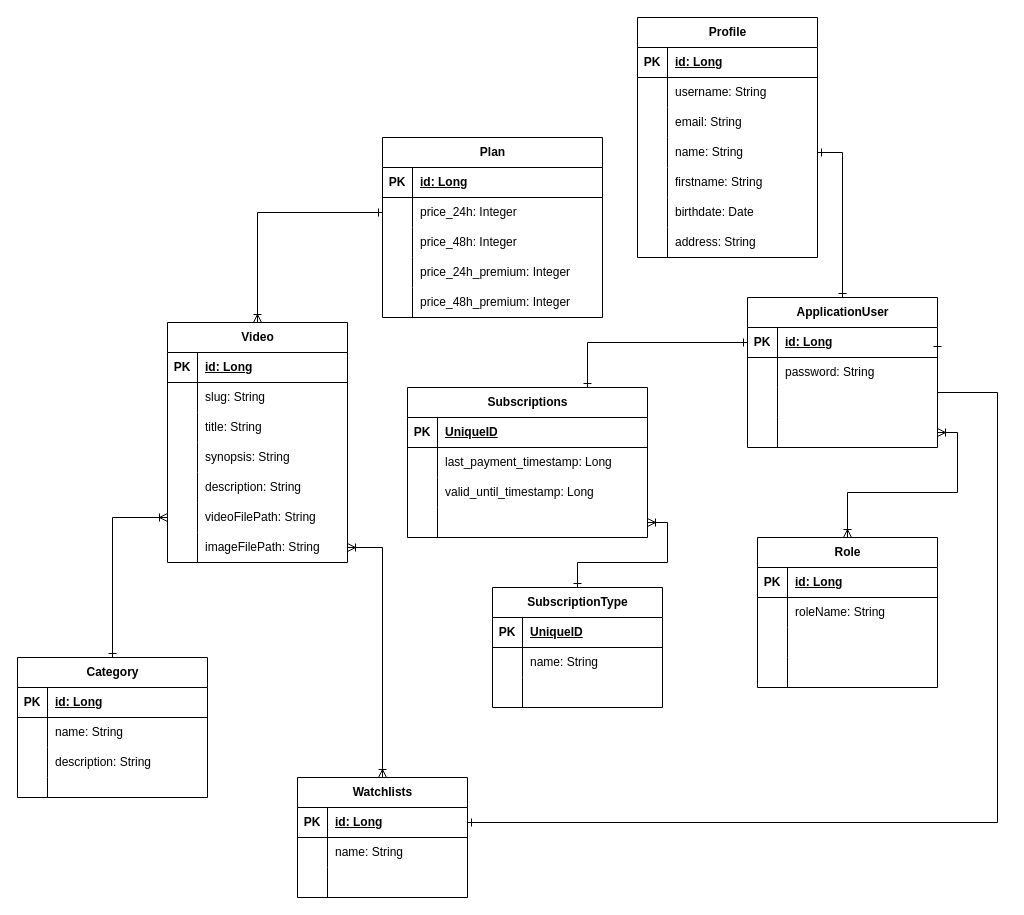
Earlier version of the draw.io diagram docs/erd.drawio (ruiz-salvat/VideoStream). Source tidied: cells renumbered, new cells numbered last; positions are measured from the earlier drawing's top-left corner, leaving out a move shared by most shapes. Both pictures are drawn from the tidied source at 100%, with x=0, y=0 at pixel (17, 17).
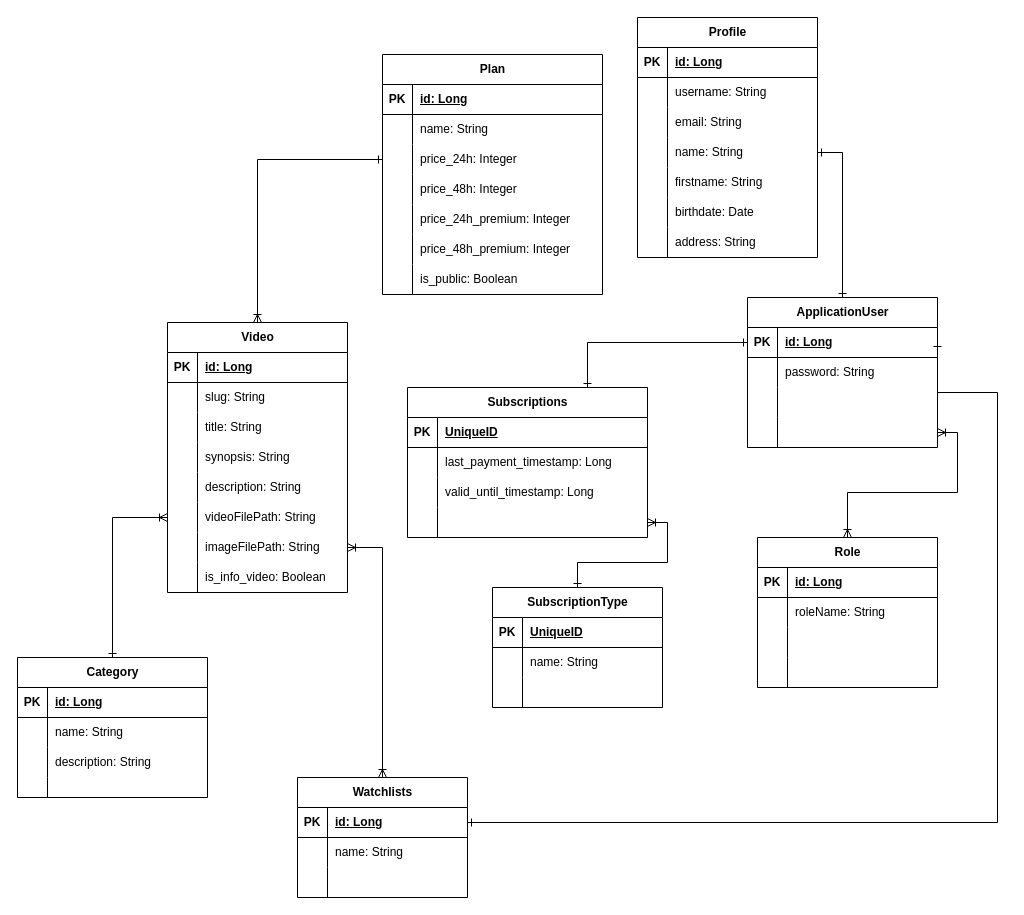
The same diagram, later.

Change to the diagram source:
```diff
@@
     <mxCell id="29" value="Plan" style="shape=table;startSize=30;childLayout=tableLayout;rowLines=0;fontStyle=1;align=center;html=1;" parent="1" vertex="1">
-      <mxGeometry x="365" y="120" width="220" height="180" as="geometry" />
+      <mxGeometry x="365" y="37" width="220" height="240" as="geometry" />
     </mxCell>
@@
+    <mxCell id="142" style="shape=tableRow;horizontal=0;startSize=0;swimlaneHead=0;swimlaneBody=0;fillColor=none;top=0;left=0;right=0;bottom=0;" parent="29" vertex="1">
+      <mxGeometry y="60" width="220" height="30" as="geometry" />
+    </mxCell>
+    <mxCell id="143" style="shape=partialRectangle;fillColor=none;top=0;left=0;bottom=0;right=0;overflow=hidden;whiteSpace=wrap;html=1;" parent="142" vertex="1">
+      <mxGeometry width="30" height="30" as="geometry" />
+    </mxCell>
+    <mxCell id="144" value="name: String" style="shape=partialRectangle;fillColor=none;top=0;left=0;bottom=0;right=0;align=left;spacingLeft=6;overflow=hidden;whiteSpace=wrap;html=1;" parent="142" vertex="1">
+      <mxGeometry x="30" width="190" height="30" as="geometry" />
+    </mxCell>
     <mxCell id="33" style="shape=tableRow;horizontal=0;startSize=0;swimlaneHead=0;swimlaneBody=0;fillColor=none;points=[[0,0.5],[1,0.5]];portConstraint=eastwest;top=0;left=0;right=0;bottom=0;" parent="29" vertex="1">
-      <mxGeometry y="60" width="220" height="30" as="geometry" />
+      <mxGeometry y="90" width="220" height="30" as="geometry" />
     </mxCell>
@@
     <mxCell id="36" style="shape=tableRow;horizontal=0;startSize=0;swimlaneHead=0;swimlaneBody=0;fillColor=none;top=0;left=0;right=0;bottom=0;" parent="29" vertex="1">
-      <mxGeometry y="90" width="220" height="30" as="geometry" />
+      <mxGeometry y="120" width="220" height="30" as="geometry" />
     </mxCell>
@@
     <mxCell id="39" style="shape=tableRow;horizontal=0;startSize=0;swimlaneHead=0;swimlaneBody=0;fillColor=none;top=0;left=0;right=0;bottom=0;" parent="29" vertex="1">
-      <mxGeometry y="120" width="220" height="30" as="geometry" />
+      <mxGeometry y="150" width="220" height="30" as="geometry" />
     </mxCell>
@@
     <mxCell id="42" style="shape=tableRow;horizontal=0;startSize=0;swimlaneHead=0;swimlaneBody=0;fillColor=none;top=0;left=0;right=0;bottom=0;" parent="29" vertex="1">
-      <mxGeometry y="150" width="220" height="30" as="geometry" />
+      <mxGeometry y="180" width="220" height="30" as="geometry" />
     </mxCell>
@@
+    <mxCell id="145" style="shape=tableRow;horizontal=0;startSize=0;swimlaneHead=0;swimlaneBody=0;fillColor=none;top=0;left=0;right=0;bottom=0;" parent="29" vertex="1">
+      <mxGeometry y="210" width="220" height="30" as="geometry" />
+    </mxCell>
+    <mxCell id="146" style="shape=partialRectangle;fillColor=none;top=0;left=0;bottom=0;right=0;overflow=hidden;whiteSpace=wrap;html=1;" parent="145" vertex="1">
+      <mxGeometry width="30" height="30" as="geometry" />
+    </mxCell>
+    <mxCell id="147" value="is_public: Boolean" style="shape=partialRectangle;fillColor=none;top=0;left=0;bottom=0;right=0;align=left;spacingLeft=6;overflow=hidden;whiteSpace=wrap;html=1;" parent="145" vertex="1">
+      <mxGeometry x="30" width="190" height="30" as="geometry" />
+    </mxCell>
     <mxCell id="45" value="Video" style="shape=table;startSize=30;childLayout=tableLayout;rowLines=0;fontStyle=1;align=center;html=1;" parent="1" vertex="1">
-      <mxGeometry x="150" y="305" width="180" height="240" as="geometry" />
+      <mxGeometry x="150" y="305" width="180" height="270" as="geometry" />
     </mxCell>
@@
+    <mxCell id="148" style="shape=tableRow;horizontal=0;startSize=0;swimlaneHead=0;swimlaneBody=0;fillColor=none;top=0;left=0;right=0;bottom=0;" parent="45" vertex="1">
+      <mxGeometry y="240" width="180" height="30" as="geometry" />
+    </mxCell>
+    <mxCell id="149" style="shape=partialRectangle;fillColor=none;top=0;left=0;bottom=0;right=0;overflow=hidden;whiteSpace=wrap;html=1;" parent="148" vertex="1">
+      <mxGeometry width="30" height="30" as="geometry" />
+    </mxCell>
+    <mxCell id="150" value="is_info_video: Boolean" style="shape=partialRectangle;fillColor=none;top=0;left=0;bottom=0;right=0;align=left;spacingLeft=6;overflow=hidden;whiteSpace=wrap;html=1;" parent="148" vertex="1">
+      <mxGeometry x="30" width="150" height="30" as="geometry" />
+    </mxCell>
```
